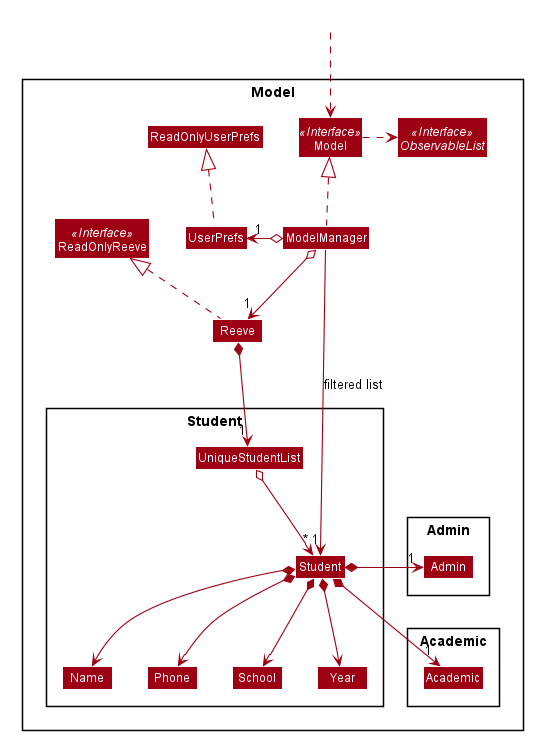
Before: docs/images/ModelClassDiagram.png, a diagram exported from PlantUML (nus-cs2103-AY2021S1/tp).
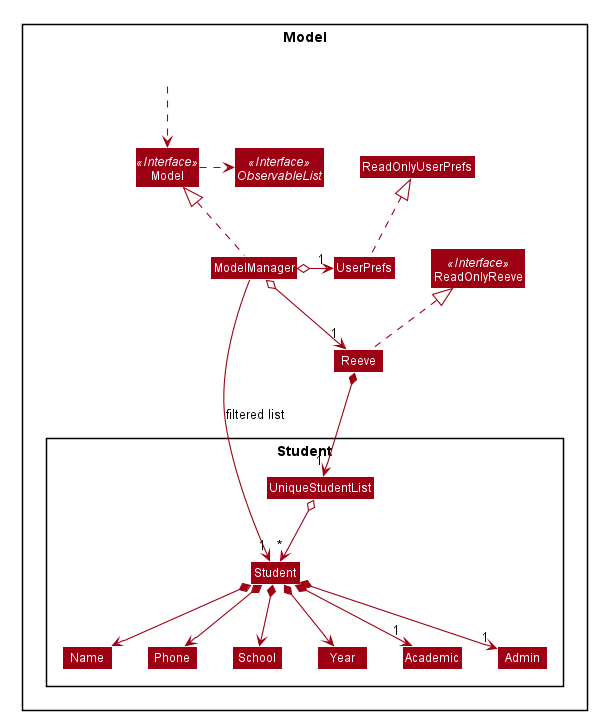
The same file after the commit.

Diff of the diagram source:
```diff
@@ -69,15 +69,8 @@
 Class Name
 Class Phone
 Class UniqueStudentList
-}
-
-Package Admin {
+Class Academic
 Class Admin
-}
-
-Package Academic {
-Class Academic
-}
 }
 
 Class HiddenOutside #FFFFFF
@@ -97,7 +90,7 @@
 Student *--> Phone
 Student *--> School
 Student *--> Year
-Student *-left-> "1" Admin
+Student *--> "1" Admin
 Student *--> "1" Academic
 
 Name -[hidden]right-> Phone
```
